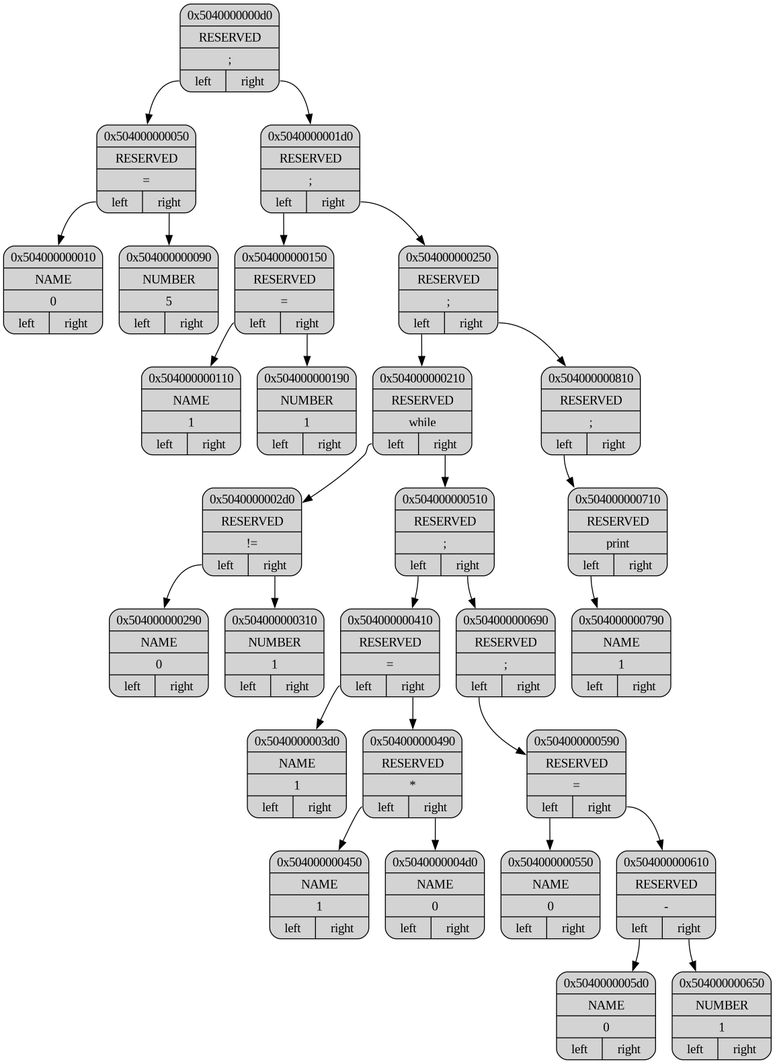
Above: dump/dump.png in ashqqy/Language (Graphviz), before the change. Its source is kept beside it as dump/dump.dot. Source of this version:
```dot
digraph G
{
node[shape="record", style="rounded, filled"];

p0x5040000000d0[label = "{ <ptr> 0x5040000000d0 | <type> RESERVED | <data> \; | { <l>left|<r>right } }"];
p0x504000000050[label = "{ <ptr> 0x504000000050 | <type> RESERVED | <data> \= | { <l>left|<r>right } }"];
p0x504000000010[label = "{ <ptr> 0x504000000010 | <type> NAME | <data> 0 | { <l>left|<r>right } }"];
p0x504000000090[label = "{ <ptr> 0x504000000090 | <type> NUMBER | <data> 5 | { <l>left|<r>right } }"];
p0x5040000001d0[label = "{ <ptr> 0x5040000001d0 | <type> RESERVED | <data> \; | { <l>left|<r>right } }"];
p0x504000000150[label = "{ <ptr> 0x504000000150 | <type> RESERVED | <data> \= | { <l>left|<r>right } }"];
p0x504000000110[label = "{ <ptr> 0x504000000110 | <type> NAME | <data> 1 | { <l>left|<r>right } }"];
p0x504000000190[label = "{ <ptr> 0x504000000190 | <type> NUMBER | <data> 1 | { <l>left|<r>right } }"];
p0x504000000250[label = "{ <ptr> 0x504000000250 | <type> RESERVED | <data> \; | { <l>left|<r>right } }"];
p0x504000000210[label = "{ <ptr> 0x504000000210 | <type> RESERVED | <data> \while | { <l>left|<r>right } }"];
p0x5040000002d0[label = "{ <ptr> 0x5040000002d0 | <type> RESERVED | <data> \!= | { <l>left|<r>right } }"];
p0x504000000290[label = "{ <ptr> 0x504000000290 | <type> NAME | <data> 0 | { <l>left|<r>right } }"];
p0x504000000310[label = "{ <ptr> 0x504000000310 | <type> NUMBER | <data> 1 | { <l>left|<r>right } }"];
p0x504000000510[label = "{ <ptr> 0x504000000510 | <type> RESERVED | <data> \; | { <l>left|<r>right } }"];
p0x504000000410[label = "{ <ptr> 0x504000000410 | <type> RESERVED | <data> \= | { <l>left|<r>right } }"];
p0x5040000003d0[label = "{ <ptr> 0x5040000003d0 | <type> NAME | <data> 1 | { <l>left|<r>right } }"];
p0x504000000490[label = "{ <ptr> 0x504000000490 | <type> RESERVED | <data> \* | { <l>left|<r>right } }"];
p0x504000000450[label = "{ <ptr> 0x504000000450 | <type> NAME | <data> 1 | { <l>left|<r>right } }"];
p0x5040000004d0[label = "{ <ptr> 0x5040000004d0 | <type> NAME | <data> 0 | { <l>left|<r>right } }"];
p0x504000000690[label = "{ <ptr> 0x504000000690 | <type> RESERVED | <data> \; | { <l>left|<r>right } }"];
p0x504000000590[label = "{ <ptr> 0x504000000590 | <type> RESERVED | <data> \= | { <l>left|<r>right } }"];
p0x504000000550[label = "{ <ptr> 0x504000000550 | <type> NAME | <data> 0 | { <l>left|<r>right } }"];
p0x504000000610[label = "{ <ptr> 0x504000000610 | <type> RESERVED | <data> \- | { <l>left|<r>right } }"];
p0x5040000005d0[label = "{ <ptr> 0x5040000005d0 | <type> NAME | <data> 0 | { <l>left|<r>right } }"];
p0x504000000650[label = "{ <ptr> 0x504000000650 | <type> NUMBER | <data> 1 | { <l>left|<r>right } }"];
p0x504000000810[label = "{ <ptr> 0x504000000810 | <type> RESERVED | <data> \; | { <l>left|<r>right } }"];
p0x504000000710[label = "{ <ptr> 0x504000000710 | <type> RESERVED | <data> \print | { <l>left|<r>right } }"];
p0x504000000790[label = "{ <ptr> 0x504000000790 | <type> NAME | <data> 1 | { <l>left|<r>right } }"];

p0x5040000000d0:<l> -> p0x504000000050
p0x504000000050:<l> -> p0x504000000010
p0x504000000050:<r> -> p0x504000000090
p0x5040000000d0:<r> -> p0x5040000001d0
p0x5040000001d0:<l> -> p0x504000000150
p0x504000000150:<l> -> p0x504000000110
p0x504000000150:<r> -> p0x504000000190
p0x5040000001d0:<r> -> p0x504000000250
p0x504000000250:<l> -> p0x504000000210
p0x504000000210:<l> -> p0x5040000002d0
p0x5040000002d0:<l> -> p0x504000000290
p0x5040000002d0:<r> -> p0x504000000310
p0x504000000210:<r> -> p0x504000000510
p0x504000000510:<l> -> p0x504000000410
p0x504000000410:<l> -> p0x5040000003d0
p0x504000000410:<r> -> p0x504000000490
p0x504000000490:<l> -> p0x504000000450
p0x504000000490:<r> -> p0x5040000004d0
p0x504000000510:<r> -> p0x504000000690
p0x504000000690:<l> -> p0x504000000590
p0x504000000590:<l> -> p0x504000000550
p0x504000000590:<r> -> p0x504000000610
p0x504000000610:<l> -> p0x5040000005d0
p0x504000000610:<r> -> p0x504000000650
p0x504000000250:<r> -> p0x504000000810
p0x504000000810:<l> -> p0x504000000710
p0x504000000710:<l> -> p0x504000000790
}
```
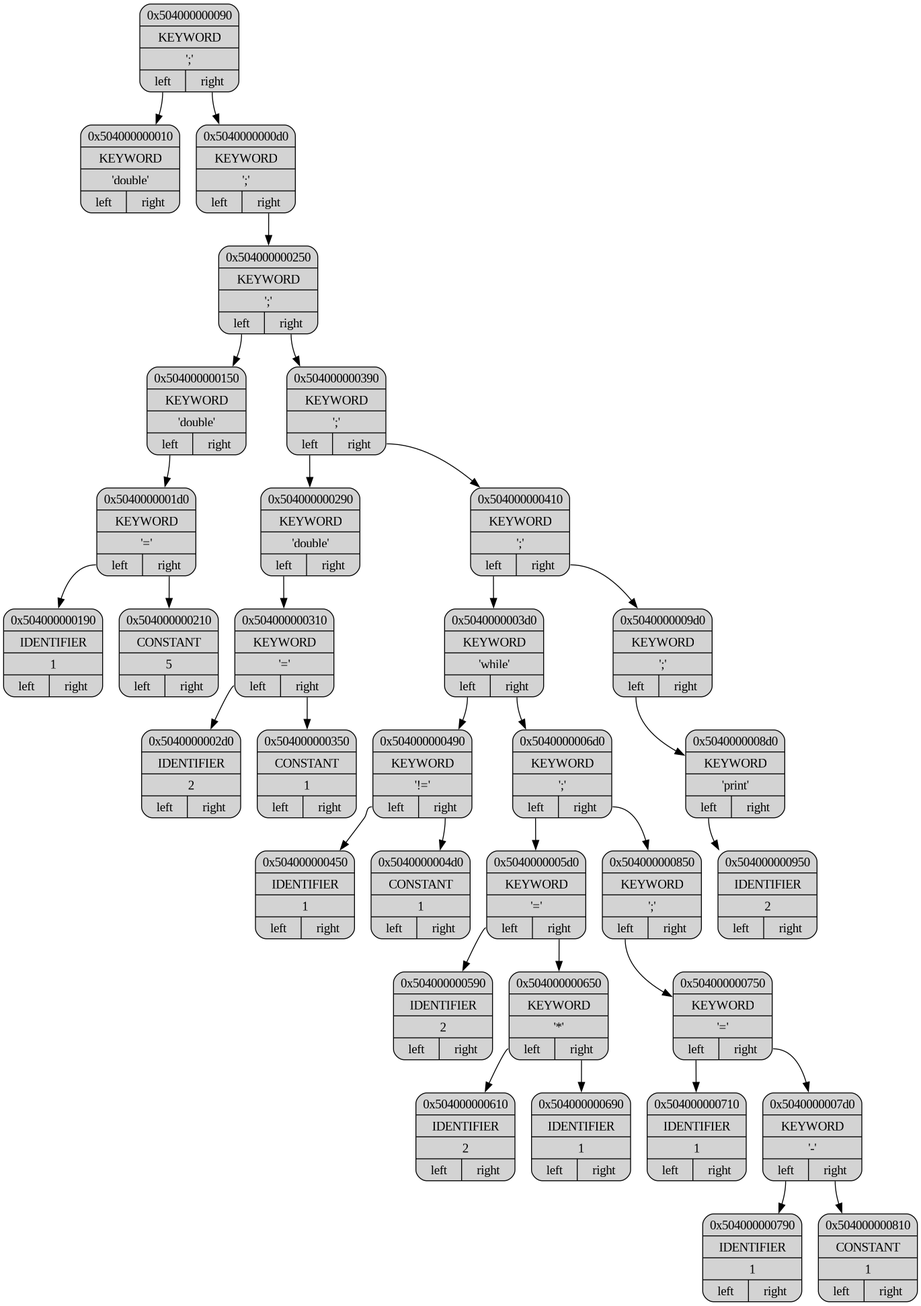
After the change.

Diff of the diagram source:
```diff
@@ -2,60 +2,70 @@
 {
 node[shape="record", style="rounded, filled"];
 
-p0x5040000000d0[label = "{ <ptr> 0x5040000000d0 | <type> RESERVED | <data> \; | { <l>left|<r>right } }"];
-p0x504000000050[label = "{ <ptr> 0x504000000050 | <type> RESERVED | <data> \= | { <l>left|<r>right } }"];
-p0x504000000010[label = "{ <ptr> 0x504000000010 | <type> NAME | <data> 0 | { <l>left|<r>right } }"];
-p0x504000000090[label = "{ <ptr> 0x504000000090 | <type> NUMBER | <data> 5 | { <l>left|<r>right } }"];
-p0x5040000001d0[label = "{ <ptr> 0x5040000001d0 | <type> RESERVED | <data> \; | { <l>left|<r>right } }"];
-p0x504000000150[label = "{ <ptr> 0x504000000150 | <type> RESERVED | <data> \= | { <l>left|<r>right } }"];
-p0x504000000110[label = "{ <ptr> 0x504000000110 | <type> NAME | <data> 1 | { <l>left|<r>right } }"];
-p0x504000000190[label = "{ <ptr> 0x504000000190 | <type> NUMBER | <data> 1 | { <l>left|<r>right } }"];
-p0x504000000250[label = "{ <ptr> 0x504000000250 | <type> RESERVED | <data> \; | { <l>left|<r>right } }"];
-p0x504000000210[label = "{ <ptr> 0x504000000210 | <type> RESERVED | <data> \while | { <l>left|<r>right } }"];
-p0x5040000002d0[label = "{ <ptr> 0x5040000002d0 | <type> RESERVED | <data> \!= | { <l>left|<r>right } }"];
-p0x504000000290[label = "{ <ptr> 0x504000000290 | <type> NAME | <data> 0 | { <l>left|<r>right } }"];
-p0x504000000310[label = "{ <ptr> 0x504000000310 | <type> NUMBER | <data> 1 | { <l>left|<r>right } }"];
-p0x504000000510[label = "{ <ptr> 0x504000000510 | <type> RESERVED | <data> \; | { <l>left|<r>right } }"];
-p0x504000000410[label = "{ <ptr> 0x504000000410 | <type> RESERVED | <data> \= | { <l>left|<r>right } }"];
-p0x5040000003d0[label = "{ <ptr> 0x5040000003d0 | <type> NAME | <data> 1 | { <l>left|<r>right } }"];
-p0x504000000490[label = "{ <ptr> 0x504000000490 | <type> RESERVED | <data> \* | { <l>left|<r>right } }"];
-p0x504000000450[label = "{ <ptr> 0x504000000450 | <type> NAME | <data> 1 | { <l>left|<r>right } }"];
-p0x5040000004d0[label = "{ <ptr> 0x5040000004d0 | <type> NAME | <data> 0 | { <l>left|<r>right } }"];
-p0x504000000690[label = "{ <ptr> 0x504000000690 | <type> RESERVED | <data> \; | { <l>left|<r>right } }"];
-p0x504000000590[label = "{ <ptr> 0x504000000590 | <type> RESERVED | <data> \= | { <l>left|<r>right } }"];
-p0x504000000550[label = "{ <ptr> 0x504000000550 | <type> NAME | <data> 0 | { <l>left|<r>right } }"];
-p0x504000000610[label = "{ <ptr> 0x504000000610 | <type> RESERVED | <data> \- | { <l>left|<r>right } }"];
-p0x5040000005d0[label = "{ <ptr> 0x5040000005d0 | <type> NAME | <data> 0 | { <l>left|<r>right } }"];
-p0x504000000650[label = "{ <ptr> 0x504000000650 | <type> NUMBER | <data> 1 | { <l>left|<r>right } }"];
-p0x504000000810[label = "{ <ptr> 0x504000000810 | <type> RESERVED | <data> \; | { <l>left|<r>right } }"];
-p0x504000000710[label = "{ <ptr> 0x504000000710 | <type> RESERVED | <data> \print | { <l>left|<r>right } }"];
-p0x504000000790[label = "{ <ptr> 0x504000000790 | <type> NAME | <data> 1 | { <l>left|<r>right } }"];
+p0x504000000090[label = "{ <ptr> 0x504000000090 | <type> KEYWORD | <data> ; | { <l>left|<r>right } }"];
+p0x504000000010[label = "{ <ptr> 0x504000000010 | <type> KEYWORD | <data> double | { <l>left|<r>right } }"];
+p0x5040000000d0[label = "{ <ptr> 0x5040000000d0 | <type> KEYWORD | <data> ; | { <l>left|<r>right } }"];
+p0x504000000250[label = "{ <ptr> 0x504000000250 | <type> KEYWORD | <data> ; | { <l>left|<r>right } }"];
+p0x504000000150[label = "{ <ptr> 0x504000000150 | <type> KEYWORD | <data> double | { <l>left|<r>right } }"];
+p0x5040000001d0[label = "{ <ptr> 0x5040000001d0 | <type> KEYWORD | <data> = | { <l>left|<r>right } }"];
+p0x504000000190[label = "{ <ptr> 0x504000000190 | <type> IDENTIFIER | <data> 1 | { <l>left|<r>right } }"];
+p0x504000000210[label = "{ <ptr> 0x504000000210 | <type> CONSTANT | <data> 5 | { <l>left|<r>right } }"];
+p0x504000000390[label = "{ <ptr> 0x504000000390 | <type> KEYWORD | <data> ; | { <l>left|<r>right } }"];
+p0x504000000290[label = "{ <ptr> 0x504000000290 | <type> KEYWORD | <data> double | { <l>left|<r>right } }"];
+p0x504000000310[label = "{ <ptr> 0x504000000310 | <type> KEYWORD | <data> = | { <l>left|<r>right } }"];
+p0x5040000002d0[label = "{ <ptr> 0x5040000002d0 | <type> IDENTIFIER | <data> 2 | { <l>left|<r>right } }"];
+p0x504000000350[label = "{ <ptr> 0x504000000350 | <type> CONSTANT | <data> 1 | { <l>left|<r>right } }"];
+p0x504000000410[label = "{ <ptr> 0x504000000410 | <type> KEYWORD | <data> ; | { <l>left|<r>right } }"];
+p0x5040000003d0[label = "{ <ptr> 0x5040000003d0 | <type> KEYWORD | <data> while | { <l>left|<r>right } }"];
+p0x504000000490[label = "{ <ptr> 0x504000000490 | <type> KEYWORD | <data> != | { <l>left|<r>right } }"];
+p0x504000000450[label = "{ <ptr> 0x504000000450 | <type> IDENTIFIER | <data> 1 | { <l>left|<r>right } }"];
+p0x5040000004d0[label = "{ <ptr> 0x5040000004d0 | <type> CONSTANT | <data> 1 | { <l>left|<r>right } }"];
+p0x5040000006d0[label = "{ <ptr> 0x5040000006d0 | <type> KEYWORD | <data> ; | { <l>left|<r>right } }"];
+p0x5040000005d0[label = "{ <ptr> 0x5040000005d0 | <type> KEYWORD | <data> = | { <l>left|<r>right } }"];
+p0x504000000590[label = "{ <ptr> 0x504000000590 | <type> IDENTIFIER | <data> 2 | { <l>left|<r>right } }"];
+p0x504000000650[label = "{ <ptr> 0x504000000650 | <type> KEYWORD | <data> * | { <l>left|<r>right } }"];
+p0x504000000610[label = "{ <ptr> 0x504000000610 | <type> IDENTIFIER | <data> 2 | { <l>left|<r>right } }"];
+p0x504000000690[label = "{ <ptr> 0x504000000690 | <type> IDENTIFIER | <data> 1 | { <l>left|<r>right } }"];
+p0x504000000850[label = "{ <ptr> 0x504000000850 | <type> KEYWORD | <data> ; | { <l>left|<r>right } }"];
+p0x504000000750[label = "{ <ptr> 0x504000000750 | <type> KEYWORD | <data> = | { <l>left|<r>right } }"];
+p0x504000000710[label = "{ <ptr> 0x504000000710 | <type> IDENTIFIER | <data> 1 | { <l>left|<r>right } }"];
+p0x5040000007d0[label = "{ <ptr> 0x5040000007d0 | <type> KEYWORD | <data> - | { <l>left|<r>right } }"];
+p0x504000000790[label = "{ <ptr> 0x504000000790 | <type> IDENTIFIER | <data> 1 | { <l>left|<r>right } }"];
+p0x504000000810[label = "{ <ptr> 0x504000000810 | <type> CONSTANT | <data> 1 | { <l>left|<r>right } }"];
+p0x5040000009d0[label = "{ <ptr> 0x5040000009d0 | <type> KEYWORD | <data> ; | { <l>left|<r>right } }"];
+p0x5040000008d0[label = "{ <ptr> 0x5040000008d0 | <type> KEYWORD | <data> print | { <l>left|<r>right } }"];
+p0x504000000950[label = "{ <ptr> 0x504000000950 | <type> IDENTIFIER | <data> 2 | { <l>left|<r>right } }"];
 
-p0x5040000000d0:<l> -> p0x504000000050
-p0x504000000050:<l> -> p0x504000000010
-p0x504000000050:<r> -> p0x504000000090
-p0x5040000000d0:<r> -> p0x5040000001d0
-p0x5040000001d0:<l> -> p0x504000000150
-p0x504000000150:<l> -> p0x504000000110
-p0x504000000150:<r> -> p0x504000000190
-p0x5040000001d0:<r> -> p0x504000000250
-p0x504000000250:<l> -> p0x504000000210
-p0x504000000210:<l> -> p0x5040000002d0
-p0x5040000002d0:<l> -> p0x504000000290
-p0x5040000002d0:<r> -> p0x504000000310
-p0x504000000210:<r> -> p0x504000000510
-p0x504000000510:<l> -> p0x504000000410
+p0x504000000090:<l> -> p0x504000000010
+p0x504000000090:<r> -> p0x5040000000d0
+p0x5040000000d0:<r> -> p0x504000000250
+p0x504000000250:<l> -> p0x504000000150
+p0x504000000150:<l> -> p0x5040000001d0
+p0x5040000001d0:<l> -> p0x504000000190
+p0x5040000001d0:<r> -> p0x504000000210
+p0x504000000250:<r> -> p0x504000000390
+p0x504000000390:<l> -> p0x504000000290
+p0x504000000290:<l> -> p0x504000000310
+p0x504000000310:<l> -> p0x5040000002d0
+p0x504000000310:<r> -> p0x504000000350
+p0x504000000390:<r> -> p0x504000000410
 p0x504000000410:<l> -> p0x5040000003d0
-p0x504000000410:<r> -> p0x504000000490
+p0x5040000003d0:<l> -> p0x504000000490
 p0x504000000490:<l> -> p0x504000000450
 p0x504000000490:<r> -> p0x5040000004d0
-p0x504000000510:<r> -> p0x504000000690
-p0x504000000690:<l> -> p0x504000000590
-p0x504000000590:<l> -> p0x504000000550
-p0x504000000590:<r> -> p0x504000000610
-p0x504000000610:<l> -> p0x5040000005d0
-p0x504000000610:<r> -> p0x504000000650
-p0x504000000250:<r> -> p0x504000000810
-p0x504000000810:<l> -> p0x504000000710
-p0x504000000710:<l> -> p0x504000000790
+p0x5040000003d0:<r> -> p0x5040000006d0
+p0x5040000006d0:<l> -> p0x5040000005d0
+p0x5040000005d0:<l> -> p0x504000000590
+p0x5040000005d0:<r> -> p0x504000000650
+p0x504000000650:<l> -> p0x504000000610
+p0x504000000650:<r> -> p0x504000000690
+p0x5040000006d0:<r> -> p0x504000000850
+p0x504000000850:<l> -> p0x504000000750
+p0x504000000750:<l> -> p0x504000000710
+p0x504000000750:<r> -> p0x5040000007d0
+p0x5040000007d0:<l> -> p0x504000000790
+p0x5040000007d0:<r> -> p0x504000000810
+p0x504000000410:<r> -> p0x5040000009d0
+p0x5040000009d0:<l> -> p0x5040000008d0
+p0x5040000008d0:<l> -> p0x504000000950
 }
```
